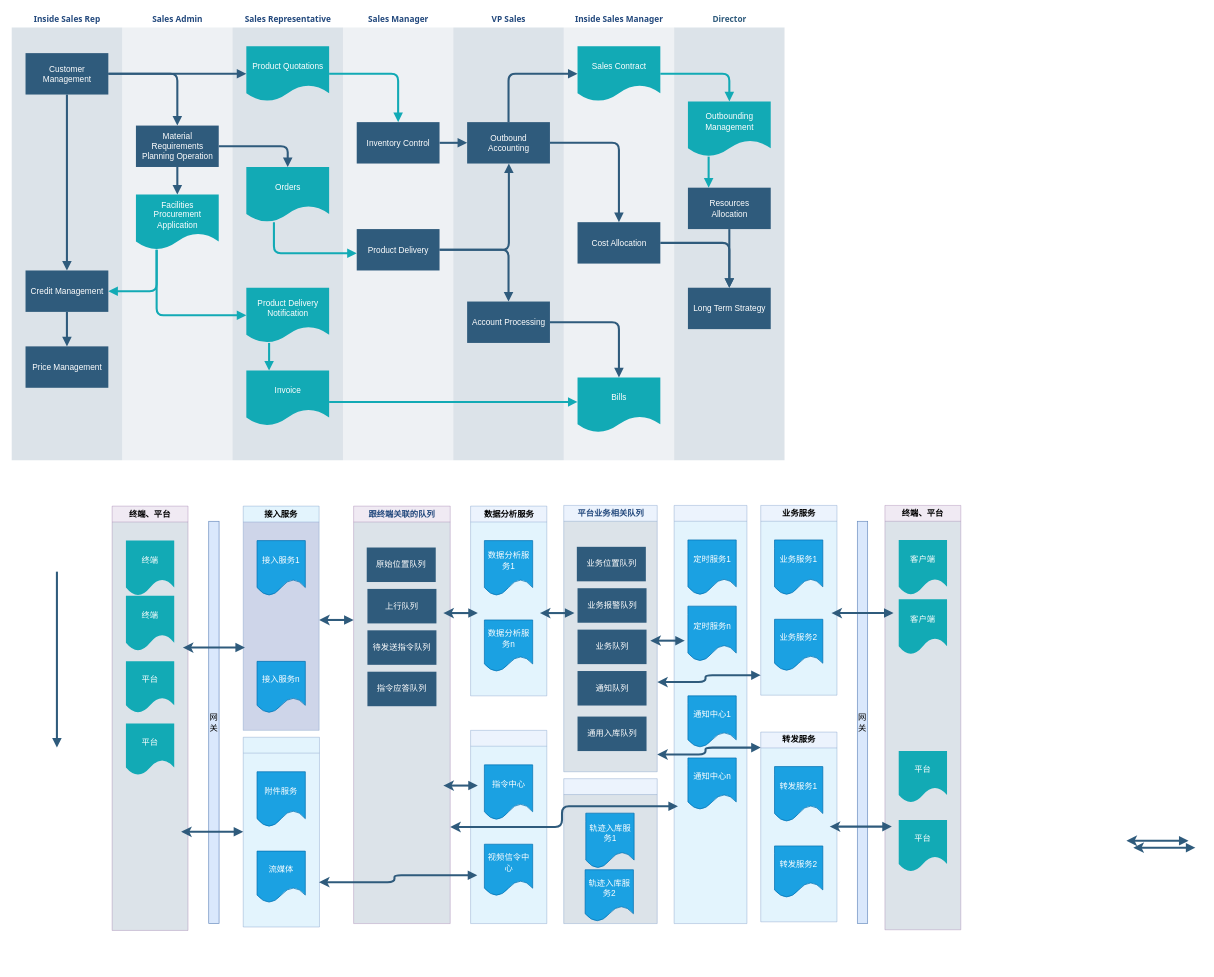
Above: 未命名绘图2.drawio in xktder/draw (draw.io), before the change. Source tidied: cells renumbered, new cells numbered last; positions are measured from the earlier drawing's top-left corner, leaving out a move shared by most shapes. Both pictures are drawn from the tidied source at 69%, with x=0, y=0 at pixel (11, 11).
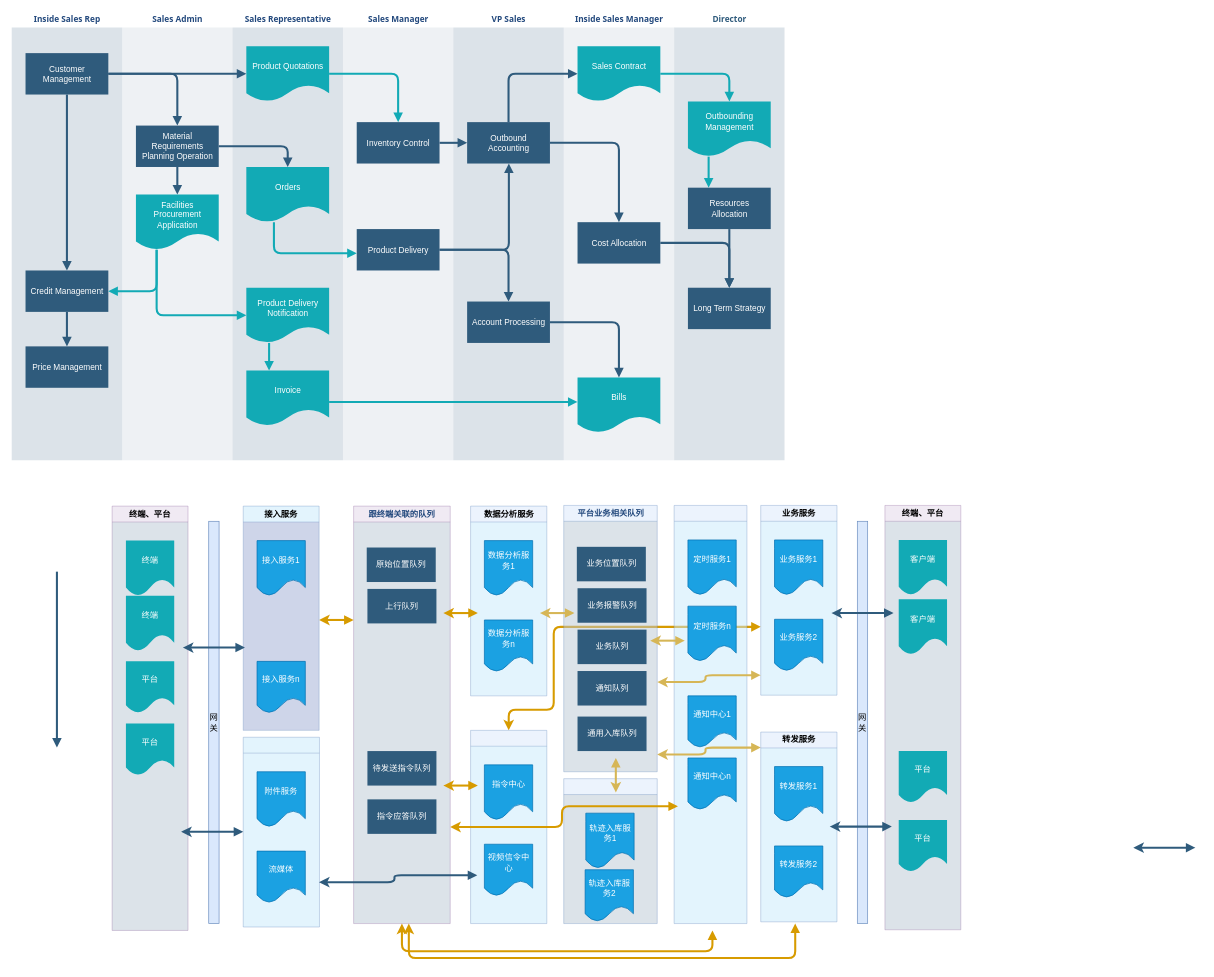
The same page after the edit.

Commit message (it also covers changes not shown here):
更新未命名绘图2.drawio

Unchanged cells that the change refers to:
```xml
<mxCell id="50" value="&lt;font color=&quot;#23497d&quot;&gt;跟终端关联的队列&lt;/font&gt;" style="swimlane;whiteSpace=wrap;fillColor=#e1d5e7;swimlaneFillColor=#BAC8D3;fontFamily=Tahoma;html=1;strokeColor=#9673a6;opacity=50;" parent="1" vertex="1">
  <mxGeometry x="496" y="717" width="140" height="605" as="geometry" />
</mxCell>
<mxCell id="73" style="swimlane;whiteSpace=wrap;fillColor=#dae8fc;swimlaneFillColor=#C7E9FC;fontFamily=Tahoma;html=1;strokeColor=#6c8ebf;opacity=50;startSize=23;" parent="1" vertex="1">
  <mxGeometry x="665.5" y="1042" width="110.5" height="280" as="geometry" />
</mxCell>
<mxCell id="85" style="swimlane;whiteSpace=wrap;fillColor=#dae8fc;swimlaneFillColor=#C7E9FC;fontFamily=Tahoma;html=1;strokeColor=#6c8ebf;opacity=50;" parent="1" vertex="1">
  <mxGeometry x="960.5" y="716" width="105.5" height="606" as="geometry" />
</mxCell>
<mxCell id="101" style="swimlane;whiteSpace=wrap;fillColor=#dae8fc;swimlaneFillColor=#BAC8D3;fontFamily=Tahoma;html=1;strokeColor=#6c8ebf;opacity=50;startSize=23;" parent="1" vertex="1">
  <mxGeometry x="800.5" y="1112" width="135.5" height="210" as="geometry" />
</mxCell>
```

Change to the diagram source:
```diff
@@
+    <mxCell id="116" style="edgeStyle=orthogonalEdgeStyle;rounded=1;jettySize=auto;html=1;endArrow=block;strokeColor=#d79b00;strokeWidth=3;endFill=1;startArrow=classic;startFill=1;fillColor=#ffe6cc;exitX=0.5;exitY=0;exitDx=0;exitDy=0;" parent="1" edge="1" source="73">
+      <mxGeometry relative="1" as="geometry">
+        <mxPoint x="1086" y="892" as="targetPoint" />
+        <Array as="points">
+          <mxPoint x="721" y="1012" />
+          <mxPoint x="786" y="1012" />
+          <mxPoint x="786" y="892" />
+        </Array>
+      </mxGeometry>
+    </mxCell>
@@
     <mxCell id="53" value="待发送指令队列" style="whiteSpace=wrap;fillColor=#2f5b7c;strokeColor=none;shadow=0;fontColor=#FFFFFF;fontFamily=Helvetica;fontStyle=0;html=1;fontSize=12;spacing=6;verticalAlign=middle;" parent="50" vertex="1">
-      <mxGeometry x="20" y="180" width="100" height="50" as="geometry" />
+      <mxGeometry x="20" y="355" width="100" height="50" as="geometry" />
     </mxCell>
     <mxCell id="54" value="指令应答队列" style="whiteSpace=wrap;fillColor=#2f5b7c;strokeColor=none;shadow=0;fontColor=#FFFFFF;fontFamily=Helvetica;fontStyle=0;html=1;fontSize=12;spacing=6;verticalAlign=middle;" parent="50" vertex="1">
-      <mxGeometry x="20" y="240" width="100" height="50" as="geometry" />
+      <mxGeometry x="20" y="425" width="100" height="50" as="geometry" />
     </mxCell>
@@
-    <mxCell id="60" style="edgeStyle=orthogonalEdgeStyle;rounded=1;orthogonalLoop=1;jettySize=auto;html=1;endArrow=block;strokeColor=#2F5B7C;strokeWidth=3;endFill=1;startArrow=classic;startFill=1;" parent="1" edge="1">
+    <mxCell id="60" style="edgeStyle=orthogonalEdgeStyle;rounded=1;orthogonalLoop=1;jettySize=auto;html=1;endArrow=block;strokeColor=#d79b00;strokeWidth=3;endFill=1;startArrow=classic;startFill=1;fillColor=#ffe6cc;" parent="1" edge="1">
       <mxGeometry relative="1" as="geometry">
         <mxPoint x="446" y="882" as="sourcePoint" />
         <mxPoint x="496" y="882" as="targetPoint" />
       </mxGeometry>
     </mxCell>
@@
-    <mxCell id="76" style="edgeStyle=orthogonalEdgeStyle;rounded=1;orthogonalLoop=1;jettySize=auto;html=1;endArrow=block;strokeColor=#2F5B7C;strokeWidth=3;endFill=1;startArrow=classic;startFill=1;" parent="1" edge="1">
+    <mxCell id="76" style="edgeStyle=orthogonalEdgeStyle;rounded=1;orthogonalLoop=1;jettySize=auto;html=1;endArrow=block;strokeColor=#d79b00;strokeWidth=3;endFill=1;startArrow=classic;startFill=1;fillColor=#ffe6cc;" parent="1" edge="1">
       <mxGeometry relative="1" as="geometry">
         <mxPoint x="626" y="1122" as="sourcePoint" />
         <mxPoint x="676" y="1122" as="targetPoint" />
       </mxGeometry>
     </mxCell>
@@
-    <mxCell id="78" style="edgeStyle=orthogonalEdgeStyle;rounded=1;orthogonalLoop=1;jettySize=auto;html=1;endArrow=block;strokeColor=#2F5B7C;strokeWidth=3;endFill=1;startArrow=classic;startFill=1;" parent="1" edge="1">
+    <mxCell id="78" style="edgeStyle=orthogonalEdgeStyle;rounded=1;orthogonalLoop=1;jettySize=auto;html=1;endArrow=block;strokeColor=#d79b00;strokeWidth=3;endFill=1;startArrow=classic;startFill=1;fillColor=#ffe6cc;" parent="1" edge="1">
       <mxGeometry relative="1" as="geometry">
         <mxPoint x="626" y="872" as="sourcePoint" />
         <mxPoint x="676" y="872" as="targetPoint" />
       </mxGeometry>
     </mxCell>
@@
-    <mxCell id="90" style="edgeStyle=orthogonalEdgeStyle;rounded=1;orthogonalLoop=1;jettySize=auto;html=1;endArrow=block;strokeColor=#2F5B7C;strokeWidth=3;endFill=1;startArrow=classic;startFill=1;" parent="85" edge="1">
+    <mxCell id="90" style="edgeStyle=orthogonalEdgeStyle;rounded=1;orthogonalLoop=1;jettySize=auto;html=1;endArrow=block;strokeColor=#d6b656;strokeWidth=3;endFill=1;startArrow=classic;startFill=1;fillColor=#fff2cc;" parent="85" edge="1">
       <mxGeometry relative="1" as="geometry">
         <mxPoint x="-24.5" y="361" as="sourcePoint" />
         <mxPoint x="125.5" y="351" as="targetPoint" />
         <Array as="points">
           <mxPoint x="45.5" y="361" />
           <mxPoint x="45.5" y="351" />
         </Array>
       </mxGeometry>
     </mxCell>
-    <mxCell id="91" style="edgeStyle=orthogonalEdgeStyle;rounded=1;orthogonalLoop=1;jettySize=auto;html=1;endArrow=block;strokeColor=#2F5B7C;strokeWidth=3;endFill=1;startArrow=classic;startFill=1;" parent="1" edge="1">
+    <mxCell id="91" style="edgeStyle=orthogonalEdgeStyle;rounded=1;orthogonalLoop=1;jettySize=auto;html=1;endArrow=block;strokeColor=#d6b656;strokeWidth=3;endFill=1;startArrow=classic;startFill=1;fillColor=#fff2cc;" parent="1" edge="1">
       <mxGeometry relative="1" as="geometry">
         <mxPoint x="766" y="872" as="sourcePoint" />
         <mxPoint x="816" y="872" as="targetPoint" />
       </mxGeometry>
     </mxCell>
-    <mxCell id="92" style="edgeStyle=orthogonalEdgeStyle;rounded=1;orthogonalLoop=1;jettySize=auto;html=1;endArrow=block;strokeColor=#2F5B7C;strokeWidth=3;endFill=1;startArrow=classic;startFill=1;" parent="1" edge="1">
+    <mxCell id="92" style="edgeStyle=orthogonalEdgeStyle;rounded=1;orthogonalLoop=1;jettySize=auto;html=1;endArrow=block;strokeColor=#d6b656;strokeWidth=3;endFill=1;startArrow=classic;startFill=1;fillColor=#fff2cc;" parent="1" edge="1">
       <mxGeometry relative="1" as="geometry">
         <mxPoint x="926" y="912" as="sourcePoint" />
         <mxPoint x="976" y="912" as="targetPoint" />
       </mxGeometry>
     </mxCell>
@@
+    <mxCell id="117" style="edgeStyle=orthogonalEdgeStyle;rounded=1;orthogonalLoop=1;jettySize=auto;html=1;endArrow=block;strokeColor=#d6b656;strokeWidth=3;endFill=1;startArrow=classic;startFill=1;fillColor=#fff2cc;" parent="101" edge="1">
+      <mxGeometry relative="1" as="geometry">
+        <mxPoint x="75.5" y="20" as="sourcePoint" />
+        <mxPoint x="75.5" y="-30" as="targetPoint" />
+      </mxGeometry>
+    </mxCell>
-    <mxCell id="104" style="edgeStyle=orthogonalEdgeStyle;rounded=1;orthogonalLoop=1;jettySize=auto;html=1;endArrow=block;strokeColor=#2F5B7C;strokeWidth=3;endFill=1;startArrow=classic;startFill=1;" parent="1" edge="1">
+    <mxCell id="104" style="edgeStyle=orthogonalEdgeStyle;rounded=1;orthogonalLoop=1;jettySize=auto;html=1;endArrow=block;strokeColor=#d79b00;strokeWidth=3;endFill=1;startArrow=classic;startFill=1;fillColor=#ffe6cc;" parent="1" edge="1">
       <mxGeometry relative="1" as="geometry">
         <mxPoint x="636" y="1182" as="sourcePoint" />
         <mxPoint x="966" y="1152" as="targetPoint" />
         <Array as="points">
           <mxPoint x="798" y="1182" />
           <mxPoint x="798" y="1152" />
           <mxPoint x="961" y="1152" />
         </Array>
       </mxGeometry>
     </mxCell>
@@
-    <mxCell id="112" style="edgeStyle=orthogonalEdgeStyle;rounded=1;orthogonalLoop=1;jettySize=auto;html=1;endArrow=block;strokeColor=#2F5B7C;strokeWidth=3;endFill=1;startArrow=classic;startFill=1;" parent="1" edge="1">
+    <mxCell id="112" style="edgeStyle=orthogonalEdgeStyle;rounded=1;orthogonalLoop=1;jettySize=auto;html=1;endArrow=block;strokeColor=#d6b656;strokeWidth=3;endFill=1;startArrow=classic;startFill=1;fillColor=#fff2cc;" parent="1" edge="1">
       <mxGeometry relative="1" as="geometry">
         <mxPoint x="936" y="972" as="sourcePoint" />
         <mxPoint x="1086" y="962" as="targetPoint" />
         <Array as="points">
           <mxPoint x="1006" y="972" />
           <mxPoint x="1006" y="962" />
         </Array>
       </mxGeometry>
     </mxCell>
-    <mxCell id="113" style="edgeStyle=orthogonalEdgeStyle;rounded=1;orthogonalLoop=1;jettySize=auto;html=1;endArrow=block;strokeColor=#2F5B7C;strokeWidth=3;endFill=1;startArrow=classic;startFill=1;" parent="1" edge="1">
-      <mxGeometry relative="1" as="geometry">
-        <mxPoint x="1616" y="1202" as="sourcePoint" />
-        <mxPoint x="1706" y="1202" as="targetPoint" />
-      </mxGeometry>
-    </mxCell>
@@
+    <mxCell id="118" style="edgeStyle=orthogonalEdgeStyle;rounded=1;jettySize=auto;html=1;endArrow=block;strokeColor=#d79b00;strokeWidth=3;endFill=1;startArrow=classic;startFill=1;fillColor=#ffe6cc;exitX=0.5;exitY=1;exitDx=0;exitDy=0;" parent="1" edge="1" source="50">
+      <mxGeometry relative="1" as="geometry">
+        <mxPoint x="1016" y="1332" as="targetPoint" />
+        <Array as="points">
+          <mxPoint x="566" y="1362" />
+          <mxPoint x="1016" y="1362" />
+        </Array>
+      </mxGeometry>
+    </mxCell>
+    <mxCell id="119" style="edgeStyle=orthogonalEdgeStyle;rounded=1;orthogonalLoop=1;jettySize=auto;html=1;endArrow=block;strokeColor=#d79b00;strokeWidth=3;endFill=1;startArrow=classic;startFill=1;fillColor=#ffe6cc;" parent="1" edge="1">
+      <mxGeometry relative="1" as="geometry">
+        <mxPoint x="576" y="1322" as="sourcePoint" />
+        <mxPoint x="1136" y="1322" as="targetPoint" />
+        <Array as="points">
+          <mxPoint x="576" y="1372" />
+          <mxPoint x="1136" y="1372" />
+        </Array>
+      </mxGeometry>
+    </mxCell>
```
